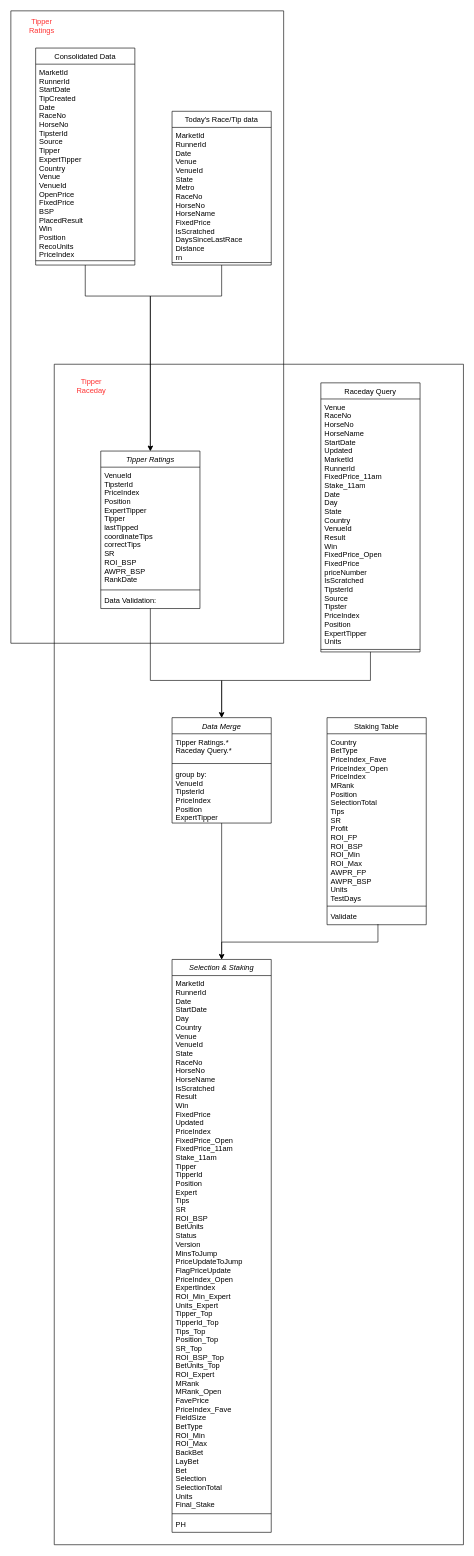
Before: page "Main" (1 of 3) of Untitled Diagram.drawio in zwjjoy/books-1, a draw.io diagram. Source tidied: cells renumbered, new cells numbered last; positions are measured from the earlier drawing's top-left corner, leaving out a move shared by most shapes. Both pictures are drawn from the tidied source at 62%, with x=0, y=0 at pixel (11, 11).
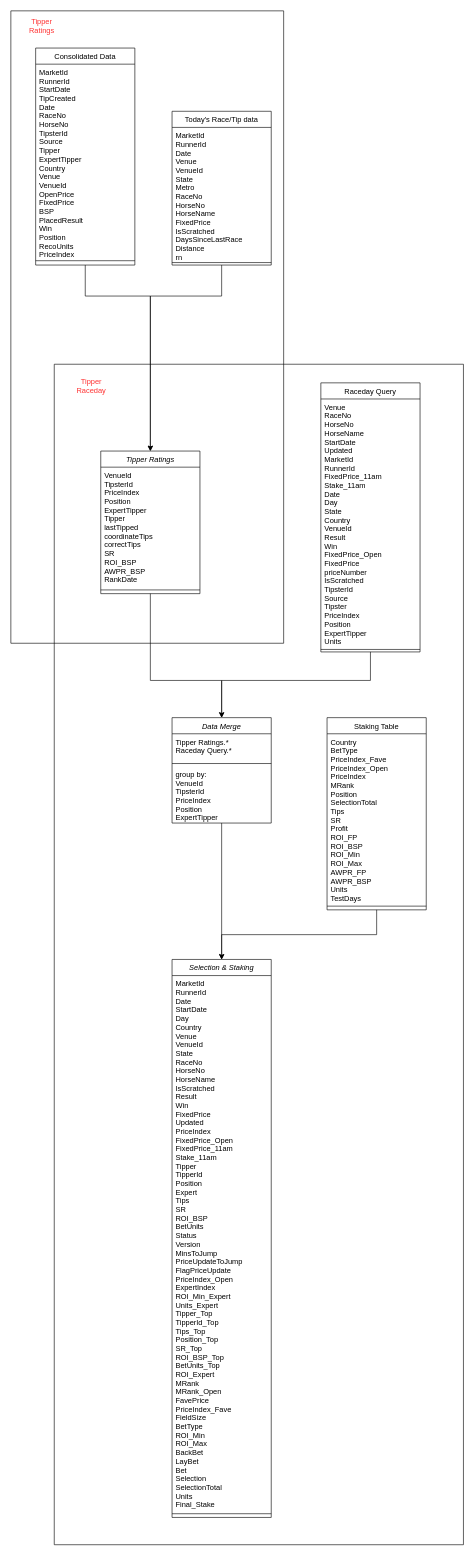
The same diagram, later.

The change refers to these unchanged cells:
```xml
<mxCell id="7" style="swimlane;startSize=0;labelBackgroundColor=none;fontColor=#FF3333;" parent="1" vertex="1">
  <mxGeometry width="440" height="1020" as="geometry" />
</mxCell>
<mxCell id="18" style="swimlane;startSize=0;labelBackgroundColor=none;fontColor=#FF3333;" parent="7" vertex="1">
  <mxGeometry x="70" y="570" width="660" height="1904" as="geometry" />
</mxCell>
```

Change to the diagram source:
```diff
@@
-    <mxCell id="6" style="edgeStyle=orthogonalEdgeStyle;rounded=0;jettySize=auto;html=1;entryX=0.5;entryY=0;entryDx=0;entryDy=0;fontColor=#FF3333;exitX=0.513;exitY=0.962;exitDx=0;exitDy=0;exitPerimeter=0;" parent="1" edge="1" source="32" target="24">
+    <mxCell id="6" style="edgeStyle=orthogonalEdgeStyle;rounded=0;jettySize=auto;html=1;entryX=0.5;entryY=0;entryDx=0;entryDy=0;fontColor=#FF3333;exitX=0.5;exitY=1;exitDx=0;exitDy=0;" parent="1" edge="1" source="29" target="24">
       <mxGeometry relative="1" as="geometry" />
     </mxCell>
@@
     <mxCell id="13" value="Tipper Ratings" style="swimlane;fontStyle=2;align=center;verticalAlign=top;horizontal=1;startSize=26;rounded=0;shadow=0;strokeWidth=1;" parent="7" vertex="1">
-      <mxGeometry x="145" y="710" width="160" height="254" as="geometry" />
+      <mxGeometry x="145" y="710" width="160" height="230" as="geometry" />
     </mxCell>
@@
-    <mxCell id="16" value="Data Validation:&#10;" style="text;align=left;verticalAlign=top;spacingLeft=4;spacingRight=4;overflow=hidden;" parent="13" vertex="1">
-      <mxGeometry y="228" width="160" height="22" as="geometry" />
-    </mxCell>
@@
     <mxCell id="24" value="Selection &amp; Staking" style="swimlane;fontStyle=2;align=center;verticalAlign=top;horizontal=1;startSize=26;rounded=0;shadow=0;strokeWidth=1;" parent="18" vertex="1">
-      <mxGeometry x="190" y="960" width="160" height="924" as="geometry" />
+      <mxGeometry x="190" y="960" width="160" height="900" as="geometry" />
     </mxCell>
@@
-    <mxCell id="27" value="PH" style="text;align=left;verticalAlign=top;spacingLeft=4;spacingRight=4;overflow=hidden;" parent="24" vertex="1">
-      <mxGeometry y="898" width="160" height="26" as="geometry" />
-    </mxCell>
@@
     <mxCell id="29" value="Staking Table" style="swimlane;fontStyle=0;align=center;verticalAlign=top;horizontal=1;startSize=26;rounded=0;shadow=0;strokeWidth=1;" parent="1" vertex="1">
-      <mxGeometry x="510" y="1140" width="160" height="334" as="geometry" />
+      <mxGeometry x="510" y="1140" width="160" height="310" as="geometry" />
     </mxCell>
@@
-    <mxCell id="32" value="Validate" style="text;align=left;verticalAlign=top;spacingLeft=4;spacingRight=4;overflow=hidden;points=[[0,0.5],[1,0.5]];portConstraint=eastwest;" parent="29" vertex="1">
-      <mxGeometry y="308" width="160" height="26" as="geometry" />
-    </mxCell>
```
